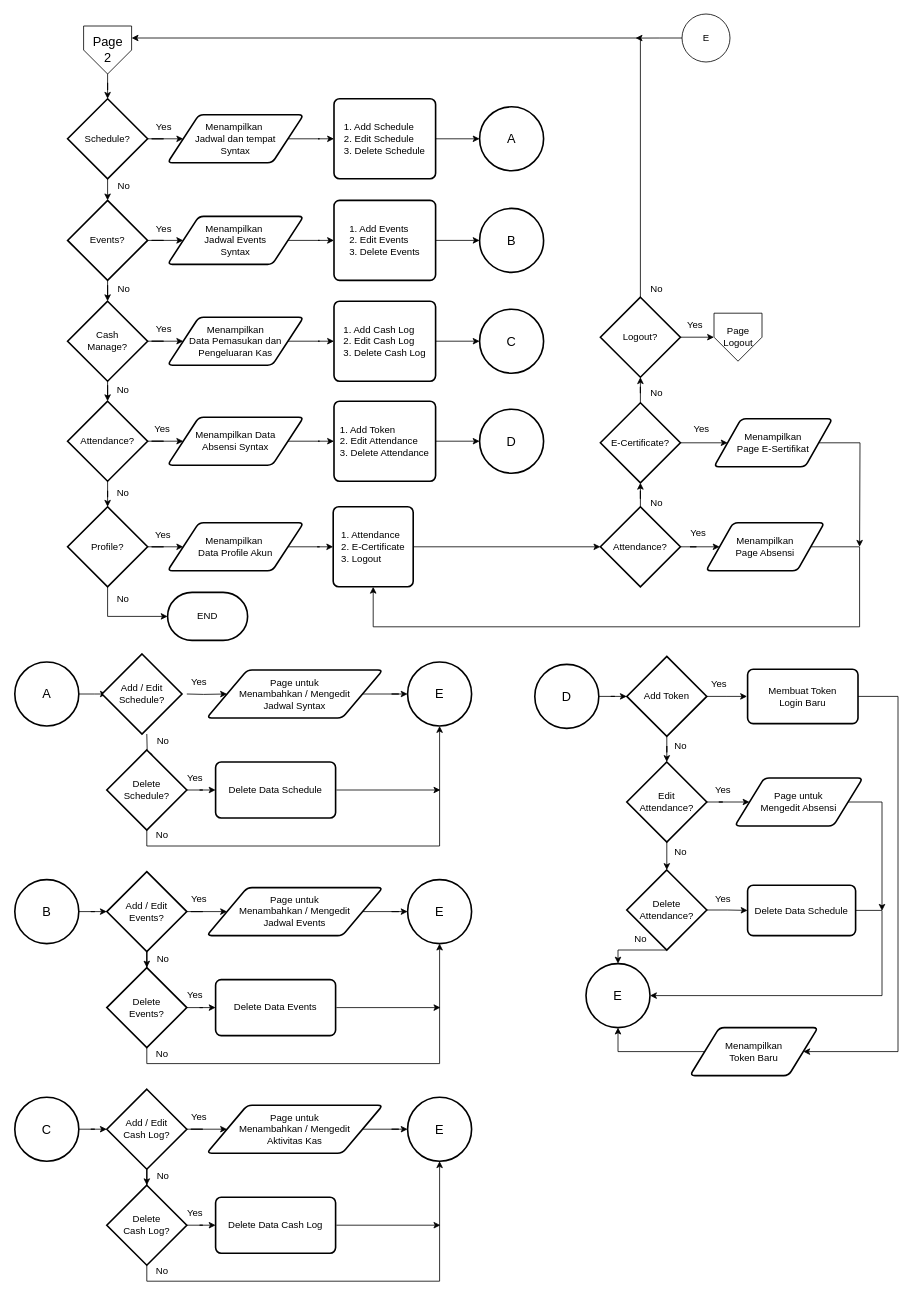
Earlier version of the draw.io diagram PG2.drawio (dapzz-id/DrawIO). Source tidied: cells renumbered, new cells numbered last; positions are measured from the earlier drawing's top-left corner, leaving out a move shared by most shapes. Both pictures are drawn from the tidied source at 80%, with x=0, y=0 at pixel (14, 14).
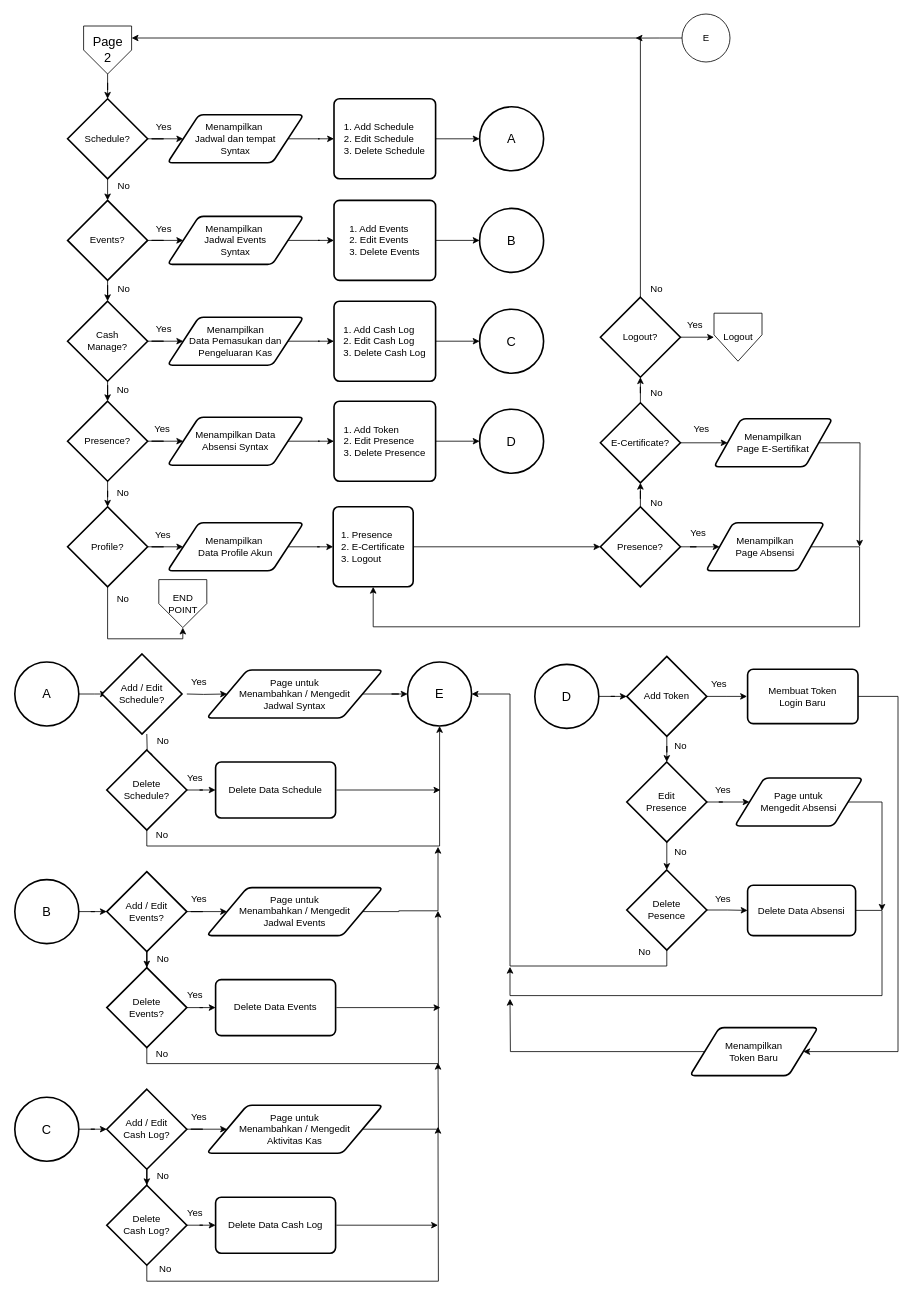
Above is the later version.

Unchanged cells that the change refers to:
```xml
<mxCell id="39" value="Profile?" style="strokeWidth=2;html=1;shape=mxgraph.flowchart.decision;whiteSpace=wrap;" parent="1" vertex="1">
  <mxGeometry x="66" y="616" width="100" height="100" as="geometry" />
</mxCell>
<mxCell id="78" value="&lt;font style=&quot;font-size: 16px;&quot;&gt;E&lt;/font&gt;" style="ellipse;whiteSpace=wrap;html=1;rounded=1;arcSize=14;strokeWidth=2;" parent="1" vertex="1">
  <mxGeometry x="491" y="810" width="80" height="80" as="geometry" />
</mxCell>
<mxCell id="93" value="Page untuk&lt;div&gt;Menambahkan / Mengedit&lt;/div&gt;&lt;div&gt;Jadwal Events&lt;/div&gt;" style="shape=parallelogram;html=1;strokeWidth=2;perimeter=parallelogramPerimeter;whiteSpace=wrap;rounded=1;arcSize=12;size=0.23;" parent="1" vertex="1">
  <mxGeometry x="240" y="1092" width="220" height="60" as="geometry" />
</mxCell>
<mxCell id="98" value="Delete&lt;div&gt;Events?&lt;/div&gt;" style="strokeWidth=2;html=1;shape=mxgraph.flowchart.decision;whiteSpace=wrap;" parent="1" vertex="1">
  <mxGeometry x="115" y="1192" width="100" height="100" as="geometry" />
</mxCell>
<mxCell id="110" value="Page untuk&lt;div&gt;Menambahkan / Mengedit&lt;/div&gt;&lt;div&gt;Aktivitas Kas&lt;/div&gt;" style="shape=parallelogram;html=1;strokeWidth=2;perimeter=parallelogramPerimeter;whiteSpace=wrap;rounded=1;arcSize=12;size=0.23;" parent="1" vertex="1">
  <mxGeometry x="240" y="1364" width="220" height="60" as="geometry" />
</mxCell>
<mxCell id="115" value="Delete&lt;div&gt;Cash Log?&lt;/div&gt;" style="strokeWidth=2;html=1;shape=mxgraph.flowchart.decision;whiteSpace=wrap;" parent="1" vertex="1">
  <mxGeometry x="115" y="1464" width="100" height="100" as="geometry" />
</mxCell>
<mxCell id="144" value="Menampilkan&lt;div&gt;Token Baru&lt;/div&gt;" style="shape=parallelogram;html=1;strokeWidth=2;perimeter=parallelogramPerimeter;whiteSpace=wrap;rounded=1;arcSize=12;size=0.23;" parent="1" vertex="1">
  <mxGeometry x="844" y="1267" width="160" height="60" as="geometry" />
</mxCell>
```

Diff of the diagram source:
```diff
@@
-    <mxCell id="32" value="Attendance?" style="strokeWidth=2;html=1;shape=mxgraph.flowchart.decision;whiteSpace=wrap;" parent="1" vertex="1">
+    <mxCell id="32" value="Presence?" style="strokeWidth=2;html=1;shape=mxgraph.flowchart.decision;whiteSpace=wrap;" parent="1" vertex="1">
       <mxGeometry x="66" y="484" width="100" height="100" as="geometry" />
     </mxCell>
@@
-    <mxCell id="36" value="&lt;div style=&quot;text-align: justify;&quot;&gt;&lt;span style=&quot;background-color: initial;&quot;&gt;1. Add Token&lt;/span&gt;&lt;/div&gt;&lt;div style=&quot;text-align: justify;&quot;&gt;2. Edit Attendance&lt;/div&gt;&lt;div style=&quot;text-align: justify;&quot;&gt;3. Delete Attendance&lt;/div&gt;" style="rounded=1;whiteSpace=wrap;html=1;absoluteArcSize=1;arcSize=14;strokeWidth=2;align=center;" parent="1" vertex="1">
+    <mxCell id="36" value="&lt;div style=&quot;text-align: justify;&quot;&gt;&lt;span style=&quot;background-color: initial;&quot;&gt;1. Add Token&lt;/span&gt;&lt;/div&gt;&lt;div style=&quot;text-align: justify;&quot;&gt;2. Edit Presence&lt;/div&gt;&lt;div style=&quot;text-align: justify;&quot;&gt;3. Delete Presence&lt;/div&gt;" style="rounded=1;whiteSpace=wrap;html=1;absoluteArcSize=1;arcSize=14;strokeWidth=2;align=center;" parent="1" vertex="1">
       <mxGeometry x="399" y="484" width="127" height="100" as="geometry" />
     </mxCell>
@@
-    <mxCell id="38" style="edgeStyle=orthogonalEdgeStyle;rounded=0;jettySize=auto;html=1;exitX=0.5;exitY=1;exitDx=0;exitDy=0;exitPerimeter=0;entryX=0;entryY=0.5;entryDx=0;entryDy=0;entryPerimeter=0;" parent="1" edge="1" source="39" target="147">
-      <mxGeometry relative="1" as="geometry" />
-    </mxCell>
+    <mxCell id="153" style="edgeStyle=orthogonalEdgeStyle;rounded=0;jettySize=auto;html=1;exitX=0.5;exitY=1;exitDx=0;exitDy=0;exitPerimeter=0;entryX=0.5;entryY=1;entryDx=0;entryDy=0;" parent="1" edge="1" source="39" target="156">
+      <mxGeometry relative="1" as="geometry">
+        <Array as="points">
+          <mxPoint x="116" y="781" />
+          <mxPoint x="210" y="781" />
+        </Array>
+      </mxGeometry>
+    </mxCell>
@@
-    <mxCell id="43" value="&lt;div style=&quot;text-align: justify;&quot;&gt;&lt;span style=&quot;background-color: initial;&quot;&gt;1. Attendance&lt;/span&gt;&lt;/div&gt;&lt;div style=&quot;text-align: justify;&quot;&gt;2. E-Certificate&lt;/div&gt;&lt;div style=&quot;text-align: justify;&quot;&gt;3. Logout&lt;/div&gt;" style="rounded=1;whiteSpace=wrap;html=1;absoluteArcSize=1;arcSize=14;strokeWidth=2;" parent="1" vertex="1">
+    <mxCell id="43" value="&lt;div style=&quot;text-align: justify;&quot;&gt;&lt;span style=&quot;background-color: initial;&quot;&gt;1. Presence&lt;/span&gt;&lt;/div&gt;&lt;div style=&quot;text-align: justify;&quot;&gt;2. E-Certificate&lt;/div&gt;&lt;div style=&quot;text-align: justify;&quot;&gt;3. Logout&lt;/div&gt;" style="rounded=1;whiteSpace=wrap;html=1;absoluteArcSize=1;arcSize=14;strokeWidth=2;" parent="1" vertex="1">
       <mxGeometry x="398" y="616" width="100" height="100" as="geometry" />
     </mxCell>
@@
-    <mxCell id="46" value="Attendance?" style="strokeWidth=2;html=1;shape=mxgraph.flowchart.decision;whiteSpace=wrap;" parent="1" vertex="1">
+    <mxCell id="46" value="Presence?" style="strokeWidth=2;html=1;shape=mxgraph.flowchart.decision;whiteSpace=wrap;" parent="1" vertex="1">
       <mxGeometry x="732" y="616" width="100" height="100" as="geometry" />
     </mxCell>
@@
-    <mxCell id="57" value="&lt;font style=&quot;font-size: 12px;&quot;&gt;Page&lt;/font&gt;&lt;div style=&quot;&quot;&gt;&lt;font style=&quot;font-size: 12px;&quot;&gt;Logout&lt;/font&gt;&lt;/div&gt;" style="verticalLabelPosition=middle;verticalAlign=middle;html=1;shape=offPageConnector;rounded=0;size=0.5;labelPosition=center;align=center;" parent="1" vertex="1">
+    <mxCell id="57" value="&lt;span style=&quot;background-color: initial;&quot;&gt;Logout&lt;/span&gt;" style="verticalLabelPosition=middle;verticalAlign=middle;html=1;shape=offPageConnector;rounded=0;size=0.55;labelPosition=center;align=center;" parent="1" vertex="1">
       <mxGeometry x="874" y="374" width="60" height="60" as="geometry" />
     </mxCell>
@@
-    <mxCell id="92" style="edgeStyle=orthogonalEdgeStyle;rounded=0;jettySize=auto;html=1;" parent="1" edge="1" source="93" target="95">
-      <mxGeometry relative="1" as="geometry" />
+    <mxCell id="92" style="edgeStyle=orthogonalEdgeStyle;rounded=0;jettySize=auto;html=1;" parent="1" edge="1" source="93">
+      <mxGeometry relative="1" as="geometry">
+        <mxPoint x="529" y="1041" as="targetPoint" />
+        <Array as="points">
+          <mxPoint x="480" y="1122" />
+          <mxPoint x="529" y="1121" />
+        </Array>
+      </mxGeometry>
     </mxCell>
@@
-    <mxCell id="95" value="&lt;font style=&quot;font-size: 16px;&quot;&gt;E&lt;/font&gt;" style="ellipse;whiteSpace=wrap;html=1;rounded=1;arcSize=14;strokeWidth=2;" parent="1" vertex="1">
-      <mxGeometry x="491" y="1082" width="80" height="80" as="geometry" />
-    </mxCell>
-    <mxCell id="96" style="edgeStyle=orthogonalEdgeStyle;rounded=0;jettySize=auto;html=1;exitX=0.5;exitY=1;exitDx=0;exitDy=0;exitPerimeter=0;entryX=0.5;entryY=1;entryDx=0;entryDy=0;" parent="1" edge="1" source="98" target="95">
-      <mxGeometry relative="1" as="geometry" />
+    <mxCell id="96" style="edgeStyle=orthogonalEdgeStyle;rounded=0;jettySize=auto;html=1;exitX=0.5;exitY=1;exitDx=0;exitDy=0;exitPerimeter=0;" parent="1" edge="1" source="98">
+      <mxGeometry relative="1" as="geometry">
+        <mxPoint x="529" y="1121" as="targetPoint" />
+      </mxGeometry>
     </mxCell>
@@
-    <mxCell id="109" style="edgeStyle=orthogonalEdgeStyle;rounded=0;jettySize=auto;html=1;" parent="1" edge="1" source="110" target="112">
-      <mxGeometry relative="1" as="geometry" />
+    <mxCell id="109" style="edgeStyle=orthogonalEdgeStyle;rounded=0;jettySize=auto;html=1;" parent="1" edge="1" source="110">
+      <mxGeometry relative="1" as="geometry">
+        <mxPoint x="529" y="1311" as="targetPoint" />
+      </mxGeometry>
     </mxCell>
@@
-    <mxCell id="112" value="&lt;font style=&quot;font-size: 16px;&quot;&gt;E&lt;/font&gt;" style="ellipse;whiteSpace=wrap;html=1;rounded=1;arcSize=14;strokeWidth=2;" parent="1" vertex="1">
-      <mxGeometry x="491" y="1354" width="80" height="80" as="geometry" />
-    </mxCell>
-    <mxCell id="113" style="edgeStyle=orthogonalEdgeStyle;rounded=0;jettySize=auto;html=1;exitX=0.5;exitY=1;exitDx=0;exitDy=0;exitPerimeter=0;entryX=0.5;entryY=1;entryDx=0;entryDy=0;" parent="1" edge="1" source="115" target="112">
-      <mxGeometry relative="1" as="geometry" />
-    </mxCell>
@@
+    <mxCell id="154" style="edgeStyle=orthogonalEdgeStyle;rounded=0;jettySize=auto;html=1;exitX=0.5;exitY=1;exitDx=0;exitDy=0;exitPerimeter=0;" parent="1" edge="1" source="115">
+      <mxGeometry relative="1" as="geometry">
+        <mxPoint x="529" y="1391" as="targetPoint" />
+      </mxGeometry>
+    </mxCell>
@@
     <mxCell id="117" style="edgeStyle=orthogonalEdgeStyle;rounded=0;orthogonalLoop=1;jettySize=auto;html=1;exitX=1;exitY=0.5;exitDx=0;exitDy=0;" parent="1" edge="1">
       <mxGeometry relative="1" as="geometry">
         <mxPoint x="402" y="1514" as="sourcePoint" />
-        <mxPoint x="532" y="1514" as="targetPoint" />
+        <mxPoint x="529" y="1514" as="targetPoint" />
       </mxGeometry>
     </mxCell>
@@
     <mxCell id="120" value="No" style="text;html=1;align=center;verticalAlign=middle;strokeColor=none;fillColor=none;" parent="1" vertex="1">
-      <mxGeometry x="164" y="1556" width="40" height="30" as="geometry" />
+      <mxGeometry x="168" y="1554" width="40" height="30" as="geometry" />
     </mxCell>
@@
-    <mxCell id="128" style="edgeStyle=orthogonalEdgeStyle;rounded=0;jettySize=auto;html=1;exitX=0.5;exitY=1;exitDx=0;exitDy=0;exitPerimeter=0;entryX=0.5;entryY=0;entryDx=0;entryDy=0;" parent="1" edge="1" source="129" target="145">
-      <mxGeometry relative="1" as="geometry">
-        <Array as="points">
-          <mxPoint x="754" y="1170" />
-        </Array>
-      </mxGeometry>
-    </mxCell>
+    <mxCell id="155" style="edgeStyle=orthogonalEdgeStyle;rounded=0;jettySize=auto;html=1;exitX=0.5;exitY=1;exitDx=0;exitDy=0;exitPerimeter=0;entryX=1;entryY=0.5;entryDx=0;entryDy=0;" parent="1" edge="1" source="129" target="78">
+      <mxGeometry relative="1" as="geometry">
+        <Array as="points">
+          <mxPoint x="815" y="1190" />
+          <mxPoint x="619" y="1190" />
+          <mxPoint x="619" y="850" />
+        </Array>
+      </mxGeometry>
+    </mxCell>
-    <mxCell id="129" value="Delete&lt;div&gt;Attendance?&lt;/div&gt;" style="strokeWidth=2;html=1;shape=mxgraph.flowchart.decision;whiteSpace=wrap;" parent="1" vertex="1">
+    <mxCell id="129" value="Delete&lt;div&gt;Pesence&lt;/div&gt;" style="strokeWidth=2;html=1;shape=mxgraph.flowchart.decision;whiteSpace=wrap;" parent="1" vertex="1">
       <mxGeometry x="765" y="1070" width="100" height="100" as="geometry" />
     </mxCell>
-    <mxCell id="130" style="edgeStyle=orthogonalEdgeStyle;rounded=0;jettySize=auto;html=1;exitX=1;exitY=0.5;exitDx=0;exitDy=0;entryX=1;entryY=0.5;entryDx=0;entryDy=0;" parent="1" edge="1" source="131" target="145">
+    <mxCell id="130" style="edgeStyle=orthogonalEdgeStyle;rounded=0;jettySize=auto;html=1;exitX=1;exitY=0.5;exitDx=0;exitDy=0;" parent="1" edge="1" source="131">
       <mxGeometry relative="1" as="geometry">
+        <mxPoint x="619" y="1191" as="targetPoint" />
         <Array as="points">
           <mxPoint x="1084" y="1121" />
           <mxPoint x="1084" y="1227" />
+          <mxPoint x="619" y="1227" />
         </Array>
       </mxGeometry>
     </mxCell>
-    <mxCell id="131" value="Delete Data Schedule" style="rounded=1;whiteSpace=wrap;html=1;absoluteArcSize=1;arcSize=14;strokeWidth=2;" parent="1" vertex="1">
+    <mxCell id="131" value="Delete Data Absensi" style="rounded=1;whiteSpace=wrap;html=1;absoluteArcSize=1;arcSize=14;strokeWidth=2;" parent="1" vertex="1">
       <mxGeometry x="916" y="1089" width="135" height="63" as="geometry" />
     </mxCell>
@@
-    <mxCell id="136" value="Edit&lt;div&gt;Attendance?&lt;/div&gt;" style="strokeWidth=2;html=1;shape=mxgraph.flowchart.decision;whiteSpace=wrap;" parent="1" vertex="1">
+    <mxCell id="136" value="Edit&lt;div&gt;Presence&lt;/div&gt;" style="strokeWidth=2;html=1;shape=mxgraph.flowchart.decision;whiteSpace=wrap;" parent="1" vertex="1">
       <mxGeometry x="765" y="935" width="100" height="100" as="geometry" />
     </mxCell>
@@
-    <mxCell id="143" style="edgeStyle=orthogonalEdgeStyle;rounded=0;jettySize=auto;html=1;exitX=0;exitY=0.5;exitDx=0;exitDy=0;entryX=0.5;entryY=1;entryDx=0;entryDy=0;" parent="1" edge="1" source="144" target="145">
-      <mxGeometry relative="1" as="geometry" />
+    <mxCell id="143" style="edgeStyle=orthogonalEdgeStyle;rounded=0;jettySize=auto;html=1;exitX=0;exitY=0.5;exitDx=0;exitDy=0;" parent="1" edge="1" source="144">
+      <mxGeometry relative="1" as="geometry">
+        <mxPoint x="619" y="1231" as="targetPoint" />
+      </mxGeometry>
     </mxCell>
@@
-    <mxCell id="145" value="&lt;font style=&quot;font-size: 16px;&quot;&gt;E&lt;/font&gt;" style="ellipse;whiteSpace=wrap;html=1;rounded=1;arcSize=14;strokeWidth=2;" parent="1" vertex="1">
-      <mxGeometry x="714" y="1187" width="80" height="80" as="geometry" />
-    </mxCell>
     <mxCell id="146" value="No" style="text;html=1;align=center;verticalAlign=middle;strokeColor=none;fillColor=none;" parent="1" vertex="1">
-      <mxGeometry x="762" y="1142" width="40" height="30" as="geometry" />
+      <mxGeometry x="767" y="1158" width="40" height="30" as="geometry" />
     </mxCell>
-    <mxCell id="147" value="END" style="strokeWidth=2;html=1;shape=mxgraph.flowchart.terminator;whiteSpace=wrap;" parent="1" vertex="1">
-      <mxGeometry x="191" y="723" width="100" height="60" as="geometry" />
-    </mxCell>
@@
+    <mxCell id="156" value="END&lt;div&gt;POINT&lt;/div&gt;" style="verticalLabelPosition=middle;verticalAlign=middle;html=1;shape=offPageConnector;rounded=0;size=0.5;labelPosition=center;align=center;" parent="1" vertex="1">
+      <mxGeometry x="180" y="707" width="60" height="60" as="geometry" />
+    </mxCell>
```
